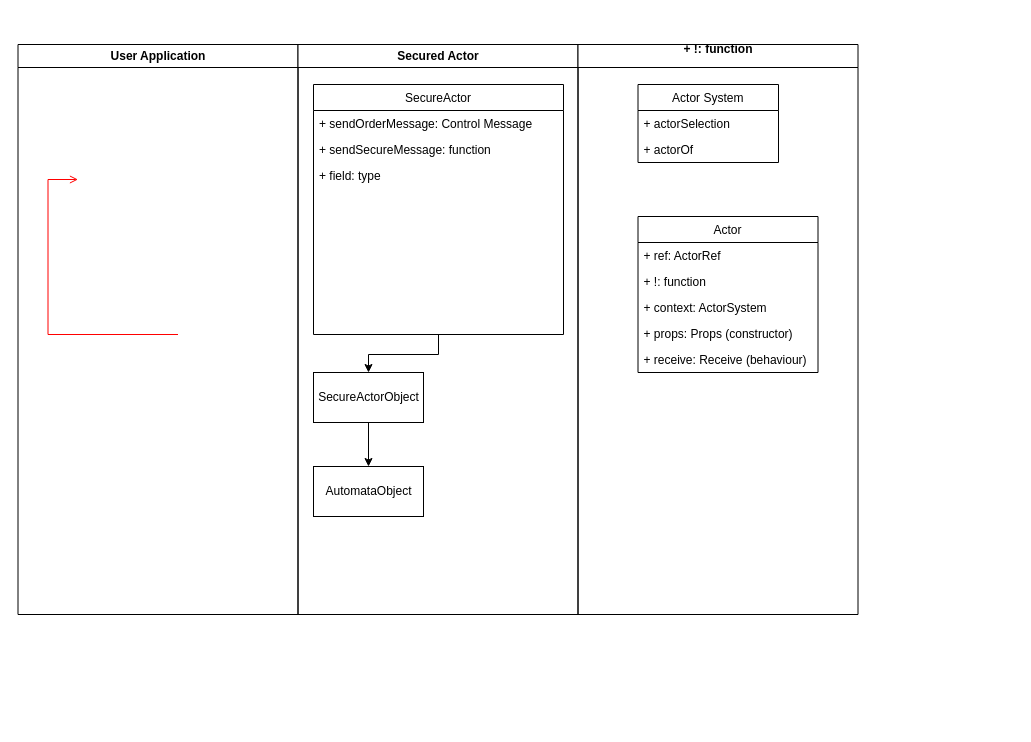
sina-nabavi/secured-akka keeps this draw.io diagram as Untitled Diagram.drawio. Above is the earlier version. Source tidied: cells renumbered, new cells numbered last; positions are measured from the earlier drawing's top-left corner, leaving out a move shared by most shapes. Both pictures are drawn from the tidied source at 100%, with x=0, y=0 at pixel (17, 44).
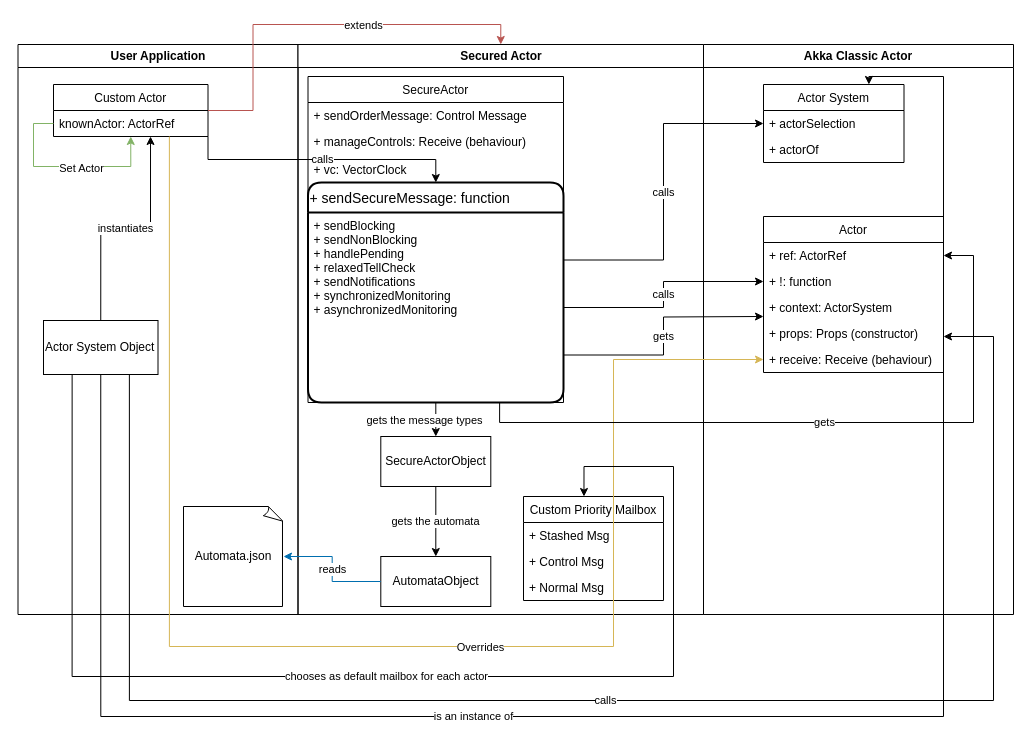
Above is the later version.

Unchanged cells that the change refers to:
```xml
<mxCell id="2" value="User Application" style="swimlane;whiteSpace=wrap;startSize=23;" parent="1" vertex="1">
  <mxGeometry x="0.5" width="280" height="570" as="geometry" />
</mxCell>
<mxCell id="5" style="edgeStyle=orthogonalEdgeStyle;rounded=0;jettySize=auto;html=1;entryX=0.5;entryY=0;entryDx=0;entryDy=0;" parent="4" edge="1" source="6" target="11">
  <mxGeometry relative="1" as="geometry" />
</mxCell>
<mxCell id="14" value="Actor System" style="swimlane;fontStyle=0;horizontal=1;startSize=26;fillColor=none;" parent="13" vertex="1">
  <mxGeometry x="60" y="40" width="140.5" height="78" as="geometry" />
</mxCell>
<mxCell id="15" value="+ actorSelection" style="text;strokeColor=none;fillColor=none;align=left;verticalAlign=top;spacingLeft=4;spacingRight=4;overflow=hidden;points=[[0,0.5],[1,0.5]];portConstraint=eastwest;" parent="14" vertex="1">
  <mxGeometry y="26" width="140.5" height="26" as="geometry" />
</mxCell>
<mxCell id="18" value="+ ref: ActorRef" style="text;strokeColor=none;fillColor=none;align=left;verticalAlign=top;spacingLeft=4;spacingRight=4;overflow=hidden;points=[[0,0.5],[1,0.5]];portConstraint=eastwest;" parent="17" vertex="1">
  <mxGeometry y="26" width="180" height="26" as="geometry" />
</mxCell>
<mxCell id="19" value="+ !: function" style="text;strokeColor=none;fillColor=none;align=left;verticalAlign=top;spacingLeft=4;spacingRight=4;overflow=hidden;points=[[0,0.5],[1,0.5]];portConstraint=eastwest;" parent="17" vertex="1">
  <mxGeometry y="52" width="180" height="26" as="geometry" />
</mxCell>
<mxCell id="22" value="+ props: Props (constructor)" style="text;strokeColor=none;fillColor=none;align=left;verticalAlign=top;spacingLeft=4;spacingRight=4;overflow=hidden;points=[[0,0.5],[1,0.5]];portConstraint=eastwest;" parent="17" vertex="1">
  <mxGeometry y="104" width="180" height="26" as="geometry" />
</mxCell>
<mxCell id="23" value="+ receive: Receive (behaviour)" style="text;strokeColor=none;fillColor=none;align=left;verticalAlign=top;spacingLeft=4;spacingRight=4;overflow=hidden;points=[[0,0.5],[1,0.5]];portConstraint=eastwest;" parent="17" vertex="1">
  <mxGeometry y="130" width="180" height="26" as="geometry" />
</mxCell>
```

Diff of the diagram source:
```diff
@@
-    <mxCell id="3" style="edgeStyle=elbowEdgeStyle;elbow=horizontal;strokeColor=#FF0000;endArrow=open;endFill=1;rounded=0;" parent="2" edge="1">
-      <mxGeometry relative="1" as="geometry">
-        <mxPoint x="160" y="290" as="sourcePoint" />
-        <mxPoint x="60" y="135" as="targetPoint" />
-        <Array as="points">
-          <mxPoint x="30" y="250" />
-        </Array>
-      </mxGeometry>
-    </mxCell>
+    <mxCell id="24" value="Custom Actor" style="swimlane;fontStyle=0;horizontal=1;startSize=26;fillColor=none;" parent="2" vertex="1">
+      <mxGeometry x="35.5" y="40" width="154.5" height="52" as="geometry" />
+    </mxCell>
+    <mxCell id="25" value="knownActor: ActorRef" style="text;strokeColor=none;fillColor=none;align=left;verticalAlign=top;spacingLeft=4;spacingRight=4;overflow=hidden;points=[[0,0.5],[1,0.5]];portConstraint=eastwest;" parent="2" vertex="1">
+      <mxGeometry x="35.5" y="66" width="154.5" height="26" as="geometry" />
+    </mxCell>
+    <mxCell id="26" style="edgeStyle=orthogonalEdgeStyle;rounded=0;jettySize=auto;html=1;exitX=0;exitY=0.5;exitDx=0;exitDy=0;entryX=0.5;entryY=1;entryDx=0;entryDy=0;fillColor=#d5e8d4;strokeColor=#82b366;" parent="2" edge="1" source="25" target="24">
+      <mxGeometry relative="1" as="geometry">
+        <Array as="points">
+          <mxPoint x="15.5" y="79" />
+          <mxPoint x="15.5" y="122" />
+          <mxPoint x="112.5" y="122" />
+        </Array>
+      </mxGeometry>
+    </mxCell>
+    <mxCell id="27" value="Set Actor " style="edgeLabel;html=1;align=center;verticalAlign=middle;spacingRight=5;" parent="26" vertex="1">
+      <mxGeometry x="0.36" y="-1" relative="1" as="geometry">
+        <mxPoint x="-16" as="offset" />
+      </mxGeometry>
+    </mxCell>
+    <mxCell id="28" value="instantiates" style="edgeStyle=orthogonalEdgeStyle;rounded=0;jettySize=auto;html=1;exitX=0.5;exitY=0;exitDx=0;exitDy=0;entryX=0.628;entryY=1;entryDx=0;entryDy=0;entryPerimeter=0;" parent="2" edge="1" source="29" target="25">
+      <mxGeometry relative="1" as="geometry" />
+    </mxCell>
+    <mxCell id="29" value="Actor System Object" style="html=1;align=left;" parent="2" vertex="1">
+      <mxGeometry x="25.5" y="276" width="114.5" height="54" as="geometry" />
+    </mxCell>
+    <mxCell id="30" value="&lt;div align=&quot;center&quot;&gt;Automata.json&lt;/div&gt;" style="whiteSpace=wrap;html=1;shape=mxgraph.basic.document;align=center;" parent="2" vertex="1">
+      <mxGeometry x="165.5" y="462" width="100" height="100" as="geometry" />
+    </mxCell>
     <mxCell id="4" value="Secured Actor" style="swimlane;whiteSpace=wrap;startSize=23;" parent="1" vertex="1">
-      <mxGeometry x="280.5" width="280" height="570" as="geometry" />
+      <mxGeometry x="280.5" width="405.5" height="570" as="geometry" />
     </mxCell>
@@
+    <mxCell id="31" value="gets the message types" style="edgeLabel;html=1;align=center;verticalAlign=middle;" parent="5" vertex="1">
+      <mxGeometry x="-0.58" y="1" relative="1" as="geometry">
+        <mxPoint x="-13" y="10" as="offset" />
+      </mxGeometry>
+    </mxCell>
     <mxCell id="6" value="SecureActor" style="swimlane;fontStyle=0;horizontal=1;startSize=26;fillColor=none;" parent="4" vertex="1">
-      <mxGeometry x="15.5" y="40" width="250" height="250" as="geometry" />
+      <mxGeometry x="10" y="32" width="255.5" height="326" as="geometry" />
     </mxCell>
     <mxCell id="7" value="+ sendOrderMessage: Control Message" style="text;strokeColor=none;fillColor=none;align=left;verticalAlign=top;spacingLeft=4;spacingRight=4;overflow=hidden;" parent="6" vertex="1">
-      <mxGeometry y="26" width="250" height="26" as="geometry" />
+      <mxGeometry y="26" width="255.5" height="26" as="geometry" />
     </mxCell>
+    <mxCell id="9" value="+ manageControls: Receive (behaviour)&#10;" style="text;strokeColor=none;fillColor=none;align=left;verticalAlign=top;spacingLeft=4;spacingRight=4;overflow=hidden;" parent="6" vertex="1">
+      <mxGeometry y="52" width="255.5" height="28" as="geometry" />
+    </mxCell>
+    <mxCell id="32" value="+ vc: VectorClock" style="text;strokeColor=none;fillColor=none;align=left;verticalAlign=top;spacingLeft=4;spacingRight=4;overflow=hidden;" parent="6" vertex="1">
+      <mxGeometry y="80" width="255.5" height="26" as="geometry" />
+    </mxCell>
-    <mxCell id="8" value="+ sendSecureMessage: function" style="text;strokeColor=none;fillColor=none;align=left;verticalAlign=top;spacingLeft=4;spacingRight=4;overflow=hidden;points=[[0,0.5],[1,0.5]];portConstraint=eastwest;" parent="6" vertex="1">
-      <mxGeometry y="52" width="250" height="26" as="geometry" />
+    <mxCell id="8" value="+ sendSecureMessage: function" style="swimlane;horizontal=1;startSize=30;rounded=1;fontSize=14;fontStyle=0;strokeWidth=2;shadow=0;dashed=0;align=left;" parent="6" vertex="1">
+      <mxGeometry y="106" width="255.5" height="220" as="geometry" />
     </mxCell>
-    <mxCell id="9" value="+ field: type" style="text;strokeColor=none;fillColor=none;align=left;verticalAlign=top;spacingLeft=4;spacingRight=4;overflow=hidden;" parent="6" vertex="1">
-      <mxGeometry y="78" width="250" height="172" as="geometry" />
-    </mxCell>
+    <mxCell id="33" value="+ sendBlocking&#10;+ sendNonBlocking&#10;+ handlePending&#10;+ relaxedTellCheck&#10;+ sendNotifications&#10;+ synchronizedMonitoring&#10;+ asynchronizedMonitoring&#10;" style="align=left;strokeColor=none;fillColor=none;spacingLeft=4;fontSize=12;verticalAlign=top;" parent="8" vertex="1">
+      <mxGeometry y="30" width="255.5" height="190" as="geometry" />
+    </mxCell>
-    <mxCell id="10" style="edgeStyle=orthogonalEdgeStyle;rounded=0;jettySize=auto;html=1;exitX=0.5;exitY=1;exitDx=0;exitDy=0;entryX=0.5;entryY=0;entryDx=0;entryDy=0;" parent="4" edge="1" source="11" target="12">
+    <mxCell id="10" value="gets the automata" style="edgeStyle=orthogonalEdgeStyle;rounded=0;jettySize=auto;html=1;exitX=0.5;exitY=1;exitDx=0;exitDy=0;entryX=0.5;entryY=0;entryDx=0;entryDy=0;" parent="4" edge="1" source="11" target="12">
       <mxGeometry relative="1" as="geometry" />
     </mxCell>
     <mxCell id="11" value="SecureActorObject" style="html=1;" parent="4" vertex="1">
-      <mxGeometry x="15.5" y="328" width="110" height="50" as="geometry" />
+      <mxGeometry x="82.8" y="392" width="110" height="50" as="geometry" />
     </mxCell>
     <mxCell id="12" value="AutomataObject" style="html=1;" parent="4" vertex="1">
-      <mxGeometry x="15.5" y="422" width="110" height="50" as="geometry" />
+      <mxGeometry x="82.8" y="512" width="110" height="50" as="geometry" />
     </mxCell>
+    <mxCell id="34" value="Custom Priority Mailbox" style="swimlane;fontStyle=0;horizontal=1;startSize=26;fillColor=none;align=center;" parent="4" vertex="1">
+      <mxGeometry x="225.5" y="452" width="140" height="104" as="geometry" />
+    </mxCell>
+    <mxCell id="35" value="+ Stashed Msg" style="text;strokeColor=none;fillColor=none;align=left;verticalAlign=top;spacingLeft=4;spacingRight=4;overflow=hidden;" parent="34" vertex="1">
+      <mxGeometry y="26" width="140" height="26" as="geometry" />
+    </mxCell>
+    <mxCell id="36" value="+ Control Msg" style="text;strokeColor=none;fillColor=none;align=left;verticalAlign=top;spacingLeft=4;spacingRight=4;overflow=hidden;" parent="34" vertex="1">
+      <mxGeometry y="52" width="140" height="26" as="geometry" />
+    </mxCell>
+    <mxCell id="37" value="+ Normal Msg" style="text;strokeColor=none;fillColor=none;align=left;verticalAlign=top;spacingLeft=4;spacingRight=4;overflow=hidden;" parent="34" vertex="1">
+      <mxGeometry y="78" width="140" height="26" as="geometry" />
+    </mxCell>
-    <mxCell id="13" value="&#10;+ !: function&#10;&#10;" style="swimlane;whiteSpace=wrap;startSize=23;" parent="1" vertex="1">
-      <mxGeometry x="560.5" width="280" height="570" as="geometry" />
+    <mxCell id="13" value="Akka Classic Actor" style="swimlane;whiteSpace=wrap;startSize=23;" parent="1" vertex="1">
+      <mxGeometry x="686" width="310" height="570" as="geometry" />
     </mxCell>
@@
+    <mxCell id="38" style="edgeStyle=orthogonalEdgeStyle;rounded=0;jettySize=auto;html=1;exitX=1;exitY=0.5;exitDx=0;exitDy=0;entryX=0.5;entryY=0;entryDx=0;entryDy=0;fillColor=#f8cecc;strokeColor=#b85450;" parent="1" edge="1" source="24" target="4">
+      <mxGeometry relative="1" as="geometry" />
+    </mxCell>
+    <mxCell id="39" value="extends" style="edgeLabel;html=1;align=center;verticalAlign=middle;" parent="38" vertex="1">
+      <mxGeometry x="-0.09" relative="1" as="geometry">
+        <mxPoint x="60" as="offset" />
+      </mxGeometry>
+    </mxCell>
+    <mxCell id="40" style="edgeStyle=orthogonalEdgeStyle;rounded=0;jettySize=auto;html=1;exitX=0.75;exitY=1;exitDx=0;exitDy=0;entryX=0;entryY=0.5;entryDx=0;entryDy=0;fillColor=#fff2cc;strokeColor=#d6b656;" parent="1" edge="1" source="24" target="23">
+      <mxGeometry relative="1" as="geometry">
+        <Array as="points">
+          <mxPoint x="152" y="602" />
+          <mxPoint x="596" y="602" />
+          <mxPoint x="596" y="315" />
+        </Array>
+      </mxGeometry>
+    </mxCell>
+    <mxCell id="41" value="Overrides" style="edgeLabel;html=1;align=center;verticalAlign=middle;" parent="40" vertex="1">
+      <mxGeometry x="0.18" relative="1" as="geometry" />
+    </mxCell>
+    <mxCell id="42" value="calls" style="edgeStyle=orthogonalEdgeStyle;rounded=0;jettySize=auto;html=1;exitX=1;exitY=0.25;exitDx=0;exitDy=0;entryX=0;entryY=0.5;entryDx=0;entryDy=0;" parent="1" edge="1" source="33" target="15">
+      <mxGeometry relative="1" as="geometry" />
+    </mxCell>
+    <mxCell id="43" value="calls" style="edgeStyle=orthogonalEdgeStyle;rounded=0;jettySize=auto;html=1;exitX=1;exitY=0.5;exitDx=0;exitDy=0;entryX=0;entryY=0.5;entryDx=0;entryDy=0;" parent="1" edge="1" source="33" target="19">
+      <mxGeometry relative="1" as="geometry" />
+    </mxCell>
+    <mxCell id="44" value="gets" style="edgeStyle=orthogonalEdgeStyle;rounded=0;jettySize=auto;html=1;exitX=1;exitY=0.75;exitDx=0;exitDy=0;" parent="1" edge="1" source="33">
+      <mxGeometry relative="1" as="geometry">
+        <mxPoint x="746" y="272" as="targetPoint" />
+      </mxGeometry>
+    </mxCell>
+    <mxCell id="45" value="gets" style="edgeStyle=orthogonalEdgeStyle;rounded=0;jettySize=auto;html=1;exitX=0.75;exitY=1;exitDx=0;exitDy=0;entryX=1;entryY=0.5;entryDx=0;entryDy=0;" parent="1" edge="1" source="33" target="18">
+      <mxGeometry relative="1" as="geometry">
+        <Array as="points">
+          <mxPoint x="482" y="378" />
+          <mxPoint x="956" y="378" />
+          <mxPoint x="956" y="211" />
+        </Array>
+      </mxGeometry>
+    </mxCell>
+    <mxCell id="46" value="calls" style="edgeStyle=orthogonalEdgeStyle;rounded=0;jettySize=auto;html=1;exitX=1;exitY=1;exitDx=0;exitDy=0;" parent="1" edge="1" source="24" target="8">
+      <mxGeometry relative="1" as="geometry" />
+    </mxCell>
+    <mxCell id="47" value="is an instance of" style="edgeStyle=orthogonalEdgeStyle;rounded=0;jettySize=auto;html=1;exitX=0.5;exitY=1;exitDx=0;exitDy=0;entryX=0.75;entryY=0;entryDx=0;entryDy=0;" parent="1" edge="1" source="29" target="14">
+      <mxGeometry x="-0.25" relative="1" as="geometry">
+        <Array as="points">
+          <mxPoint x="83" y="672" />
+          <mxPoint x="926" y="672" />
+          <mxPoint x="926" y="32" />
+          <mxPoint x="851" y="32" />
+        </Array>
+      </mxGeometry>
+    </mxCell>
+    <mxCell id="48" value="calls" style="edgeStyle=orthogonalEdgeStyle;rounded=0;jettySize=auto;html=1;exitX=0.75;exitY=1;exitDx=0;exitDy=0;" parent="1" edge="1" source="29" target="22">
+      <mxGeometry relative="1" as="geometry">
+        <Array as="points">
+          <mxPoint x="112" y="656" />
+          <mxPoint x="976" y="656" />
+          <mxPoint x="976" y="292" />
+        </Array>
+      </mxGeometry>
+    </mxCell>
+    <mxCell id="49" value="reads" style="edgeStyle=orthogonalEdgeStyle;rounded=0;jettySize=auto;html=1;exitX=0;exitY=0.5;exitDx=0;exitDy=0;fillColor=#1ba1e2;strokeColor=#006EAF;" parent="1" edge="1" source="12" target="30">
+      <mxGeometry relative="1" as="geometry" />
+    </mxCell>
+    <mxCell id="50" value="chooses as default mailbox for each actor" style="edgeStyle=orthogonalEdgeStyle;rounded=0;jettySize=auto;html=1;exitX=0.25;exitY=1;exitDx=0;exitDy=0;entryX=0.432;entryY=0;entryDx=0;entryDy=0;entryPerimeter=0;" parent="1" edge="1" source="29" target="34">
+      <mxGeometry relative="1" as="geometry">
+        <Array as="points">
+          <mxPoint x="55" y="632" />
+          <mxPoint x="656" y="632" />
+          <mxPoint x="656" y="422" />
+          <mxPoint x="566" y="422" />
+        </Array>
+      </mxGeometry>
+    </mxCell>
```
